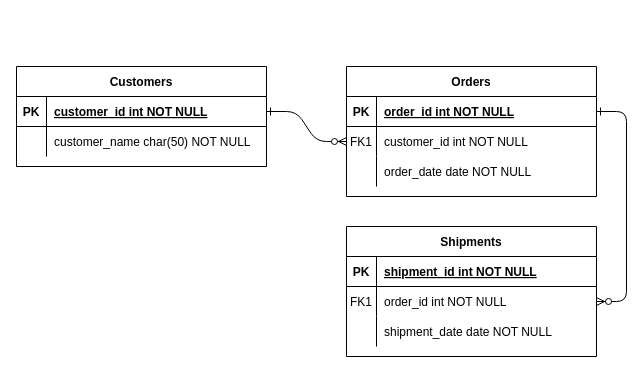
Earlier version of the draw.io diagram ERD_1.drawio (TEnZII843/ERD). Source tidied: cells renumbered, new cells numbered last; positions are measured from the earlier drawing's top-left corner, leaving out a move shared by most shapes. Both pictures are drawn from the tidied source at 100%, with x=0, y=0 at pixel (16, 66).
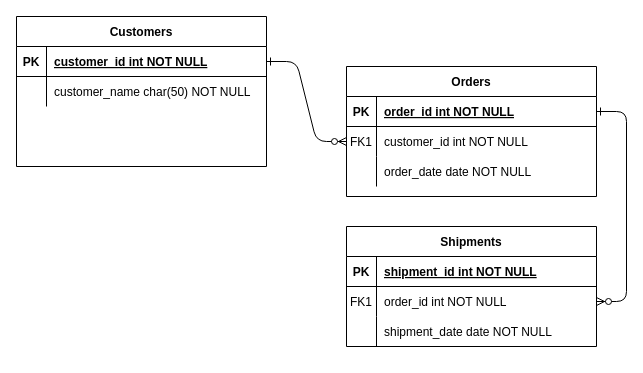
The same page after the edit.

Diff of the diagram source:
```diff
@@
     <mxCell id="14" value="Shipments" style="shape=table;startSize=30;childLayout=tableLayout;rowLines=0;fontStyle=1;align=center;" parent="1" vertex="1">
-      <mxGeometry x="330" y="160" width="250" height="130" as="geometry" />
+      <mxGeometry x="330" y="160" width="250" height="120" as="geometry" />
     </mxCell>
@@
-    <mxCell id="24" value="Customers" style="shape=table;startSize=30;childLayout=tableLayout;rowLines=0;fontStyle=1;align=center;" parent="1" vertex="1">
-      <mxGeometry width="250" height="100" as="geometry" />
+    <mxCell id="24" value="Customers" style="shape=table;startSize=30;childLayout=tableLayout;rowLines=0;fontStyle=1;align=center;rounded=0;" parent="1" vertex="1">
+      <mxGeometry y="-50" width="250" height="150" as="geometry" />
     </mxCell>
```
